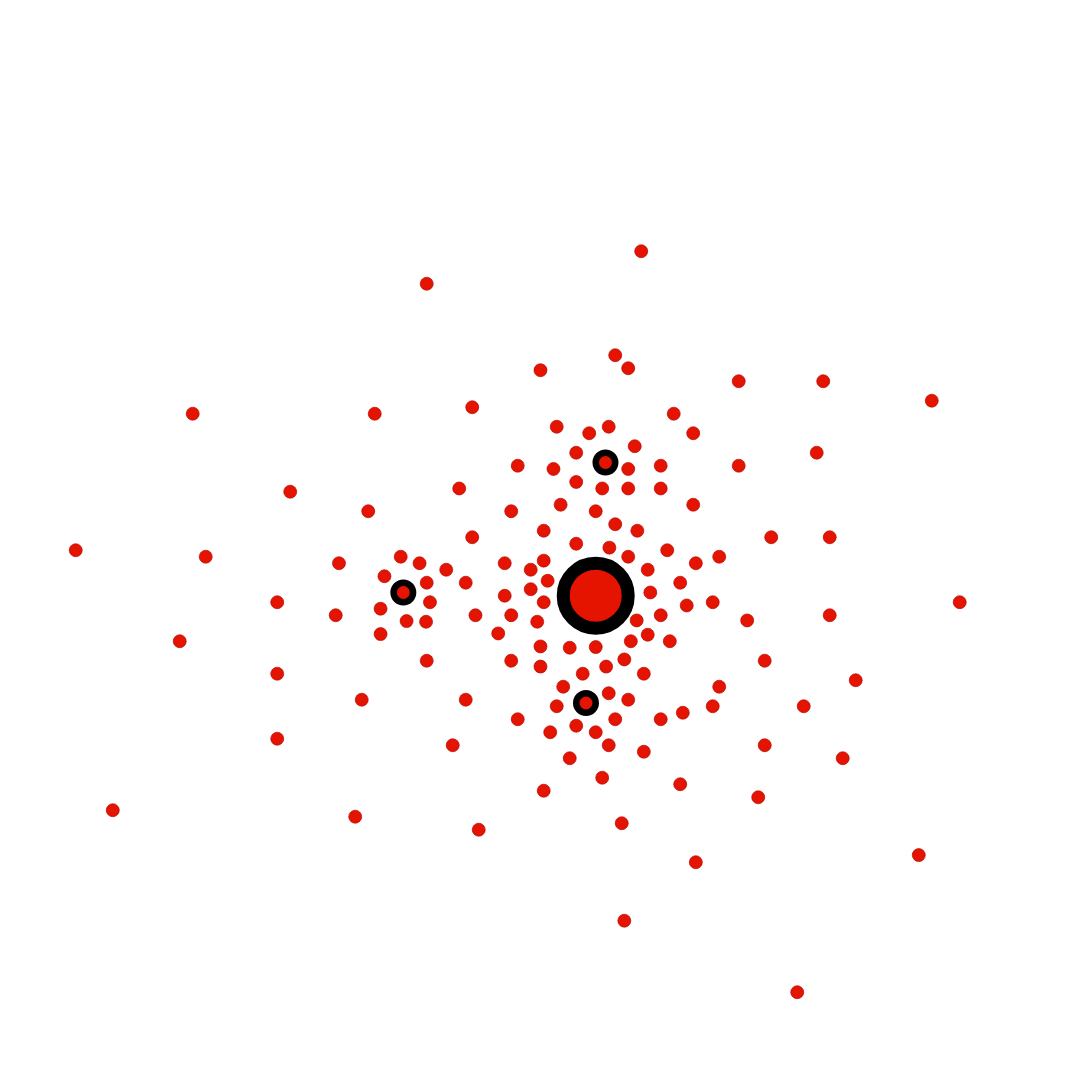
The draw.io diagram Areal structure of industry.drawio in GeorgeShvab/diagrams, before the edit. Source tidied: cells renumbered, new cells numbered last; positions are measured from the earlier drawing's top-left corner, leaving out a move shared by most shapes. Both pictures are drawn from the tidied source at 65%, with x=0, y=0 at pixel (69, 244).
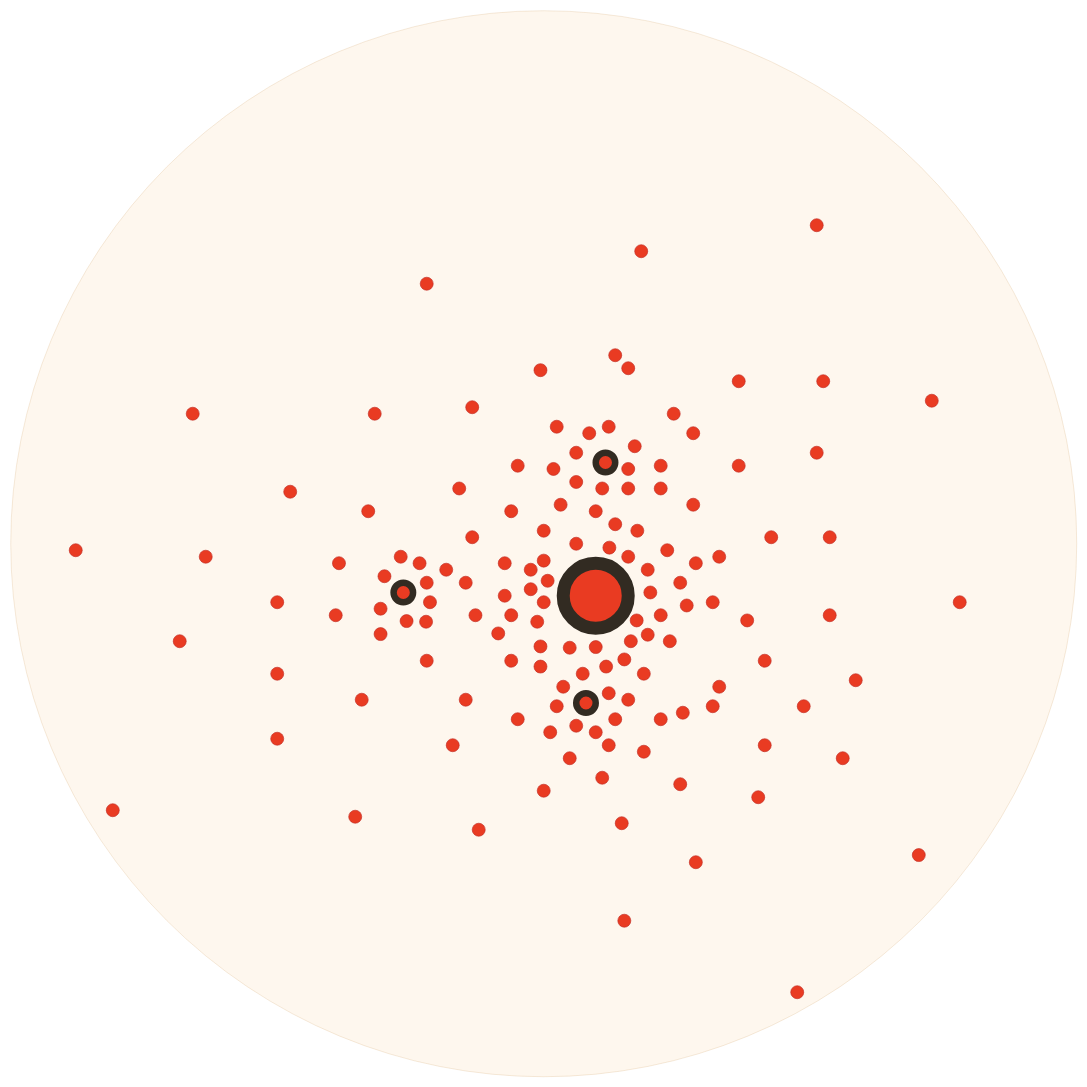
The same diagram, later.

Change to the diagram source:
```diff
@@
+    <mxCell id="144" style="ellipse;whiteSpace=wrap;html=1;fillColor=#e51400;strokeColor=#B20000;fontColor=#ffffff;" parent="1" vertex="1">
+      <mxGeometry x="1140" y="-40" width="20" height="20" as="geometry" />
+    </mxCell>
+    <mxCell id="145" style="ellipse;whiteSpace=wrap;html=1;fillColor=#fad7ac;strokeColor=#b46504;opacity=20;" parent="1" vertex="1">
+      <mxGeometry x="-90" y="-360" width="1640" height="1640" as="geometry" />
+    </mxCell>
```
